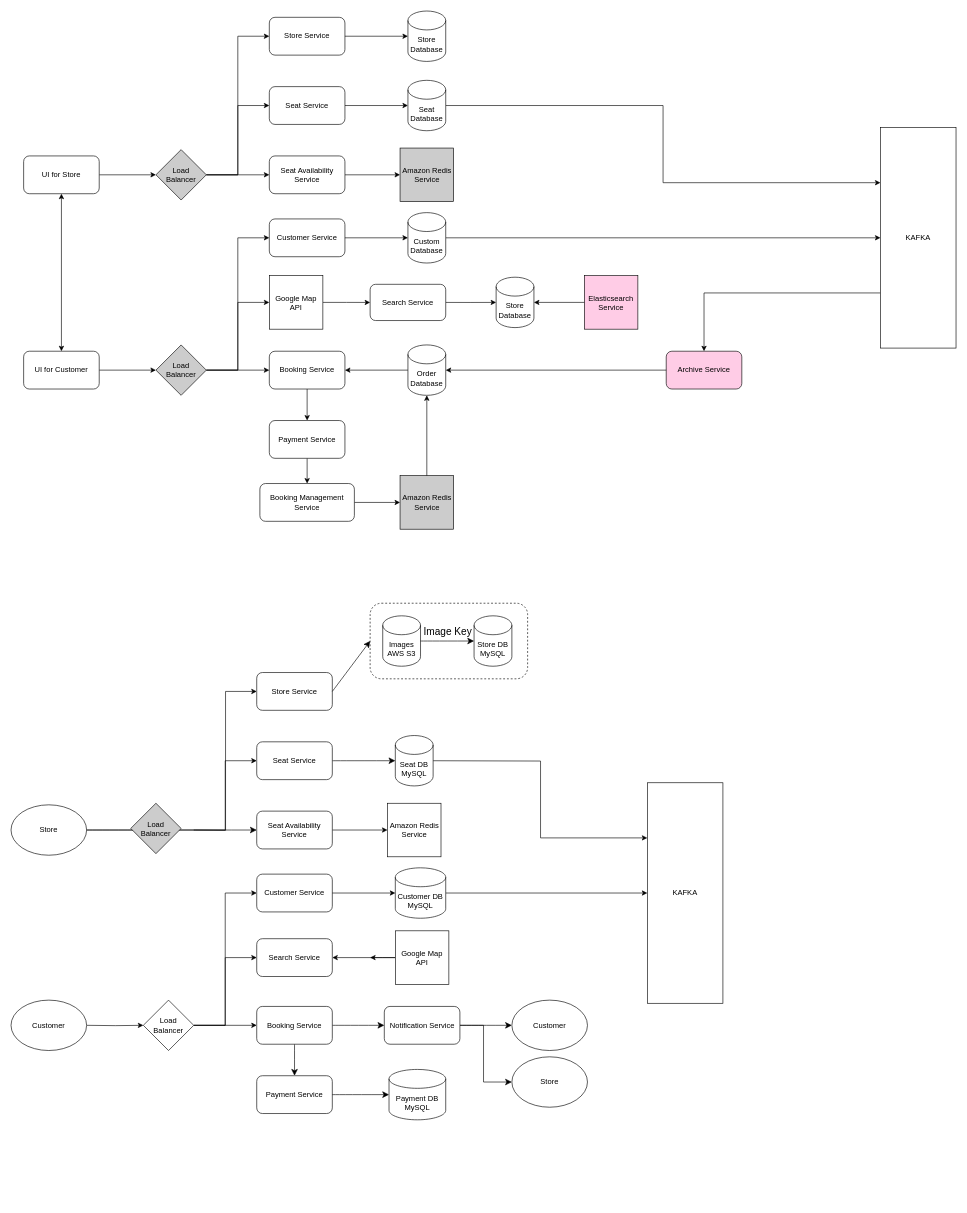
Above: Untitled Diagram.drawio in dodooodo/feplace (draw.io), before the change. Source tidied: cells renumbered, new cells numbered last; positions are measured from the earlier drawing's top-left corner, leaving out a move shared by most shapes. Both pictures are drawn from the tidied source at 63%, with x=0, y=0 at pixel (11, 11).
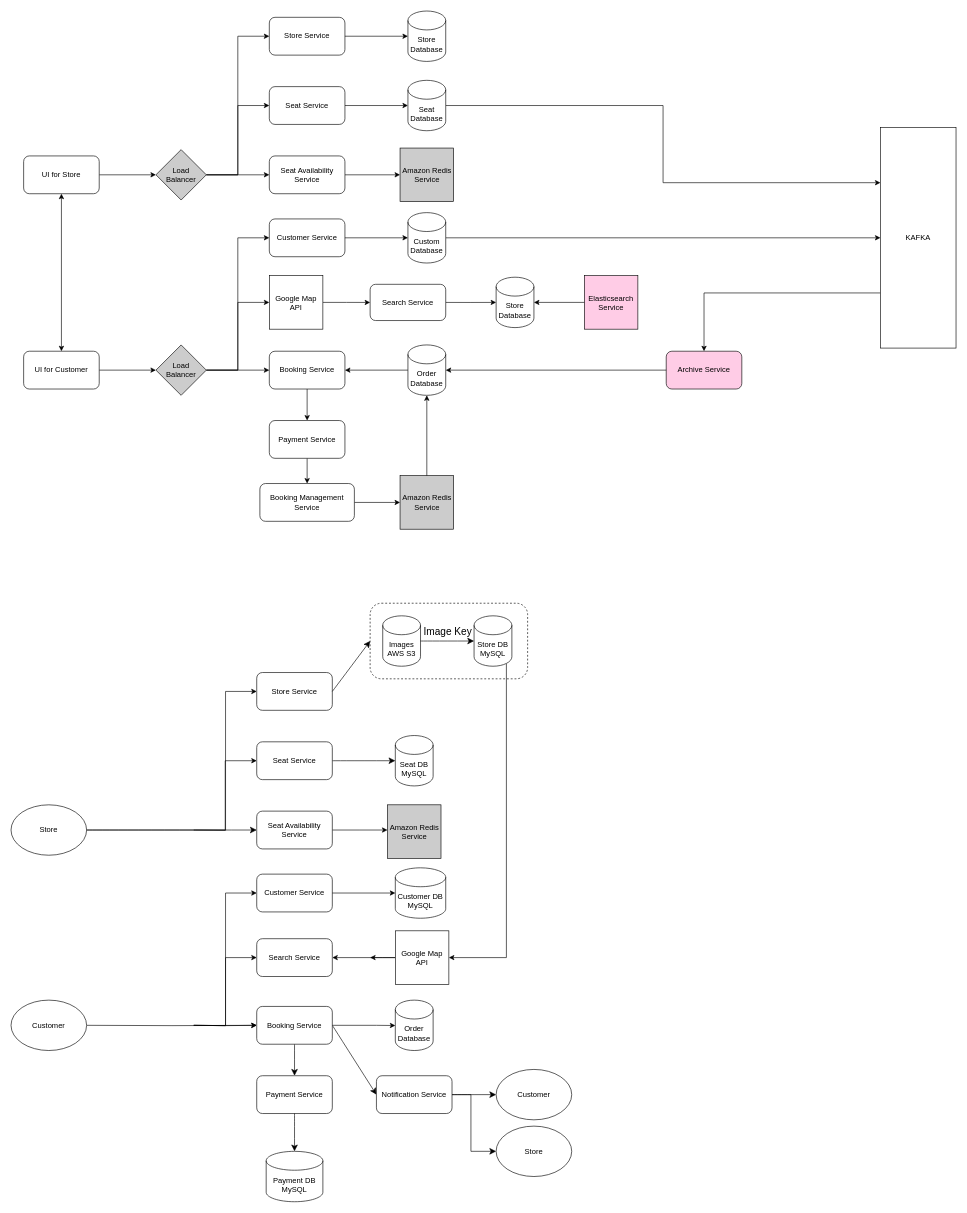
After the change.

Commit message:
feplace system design

The change refers to these unchanged cells:
```xml
<mxCell id="53" value="Seat Availability Service" style="rounded=1;whiteSpace=wrap;html=1;" parent="1" vertex="1">
  <mxGeometry x="390" y="1270" width="120" height="60" as="geometry" />
</mxCell>
<mxCell id="54" value="Search Service" style="rounded=1;whiteSpace=wrap;html=1;" parent="1" vertex="1">
  <mxGeometry x="390" y="1472.5" width="120" height="60" as="geometry" />
</mxCell>
<mxCell id="57" value="Booking Service" style="rounded=1;whiteSpace=wrap;html=1;" parent="1" vertex="1">
  <mxGeometry x="390" y="1580" width="120" height="60" as="geometry" />
</mxCell>
<mxCell id="58" value="Payment Service" style="rounded=1;whiteSpace=wrap;html=1;" parent="1" vertex="1">
  <mxGeometry x="390" y="1690" width="120" height="60" as="geometry" />
</mxCell>
<mxCell id="61" value="Google Map API" style="rounded=0;whiteSpace=wrap;html=1;" parent="1" vertex="1">
  <mxGeometry x="610" y="1460" width="85" height="85" as="geometry" />
</mxCell>
<mxCell id="62" value="Customer Service" style="rounded=1;whiteSpace=wrap;html=1;" parent="1" vertex="1">
  <mxGeometry x="390" y="1370" width="120" height="60" as="geometry" />
</mxCell>
<mxCell id="64" value="&lt;div&gt;Customer DB&lt;/div&gt;MySQL" style="shape=cylinder3;whiteSpace=wrap;html=1;boundedLbl=1;backgroundOutline=1;size=15;" parent="1" vertex="1">
  <mxGeometry x="610" y="1360" width="80" height="80" as="geometry" />
</mxCell>
<mxCell id="71" value="Store DB&lt;div&gt;MySQL&lt;/div&gt;" style="shape=cylinder3;whiteSpace=wrap;html=1;boundedLbl=1;backgroundOutline=1;size=15;" parent="1" vertex="1">
  <mxGeometry x="735" y="960" width="60" height="80" as="geometry" />
</mxCell>
```

What changed in the source:
```diff
@@
-    <mxCell id="44" style="edgeStyle=orthogonalEdgeStyle;rounded=0;jettySize=auto;html=1;exitX=1;exitY=0.5;exitDx=0;exitDy=0;entryX=0;entryY=0.5;entryDx=0;entryDy=0;" parent="1" edge="1" target="50">
+    <mxCell id="44" style="edgeStyle=orthogonalEdgeStyle;rounded=0;jettySize=auto;html=1;exitX=1;exitY=0.5;exitDx=0;exitDy=0;entryX=0;entryY=0.5;entryDx=0;entryDy=0;" parent="1" edge="1" target="57">
       <mxGeometry relative="1" as="geometry">
         <mxPoint x="120" y="1610" as="sourcePoint" />
       </mxGeometry>
     </mxCell>
@@
-    <mxCell id="47" style="edgeStyle=orthogonalEdgeStyle;rounded=0;jettySize=auto;html=1;exitX=1;exitY=0.5;exitDx=0;exitDy=0;entryX=0;entryY=0.5;entryDx=0;entryDy=0;" parent="1" edge="1" source="50" target="54">
-      <mxGeometry relative="1" as="geometry" />
+    <mxCell id="47" style="edgeStyle=orthogonalEdgeStyle;rounded=0;jettySize=auto;html=1;exitX=1;exitY=0.5;exitDx=0;exitDy=0;entryX=0;entryY=0.5;entryDx=0;entryDy=0;" parent="1" edge="1" target="54">
+      <mxGeometry relative="1" as="geometry">
+        <mxPoint x="290" y="1610" as="sourcePoint" />
+      </mxGeometry>
     </mxCell>
-    <mxCell id="48" style="edgeStyle=orthogonalEdgeStyle;rounded=0;jettySize=auto;html=1;exitX=1;exitY=0.5;exitDx=0;exitDy=0;entryX=0;entryY=0.5;entryDx=0;entryDy=0;" parent="1" edge="1" source="50" target="57">
-      <mxGeometry relative="1" as="geometry" />
+    <mxCell id="48" style="edgeStyle=orthogonalEdgeStyle;rounded=0;jettySize=auto;html=1;exitX=1;exitY=0.5;exitDx=0;exitDy=0;entryX=0;entryY=0.5;entryDx=0;entryDy=0;" parent="1" edge="1" target="57">
+      <mxGeometry relative="1" as="geometry">
+        <mxPoint x="290" y="1610" as="sourcePoint" />
+      </mxGeometry>
     </mxCell>
-    <mxCell id="49" style="edgeStyle=orthogonalEdgeStyle;rounded=0;jettySize=auto;html=1;exitX=1;exitY=0.5;exitDx=0;exitDy=0;entryX=0;entryY=0.5;entryDx=0;entryDy=0;" parent="1" edge="1" source="50" target="62">
-      <mxGeometry relative="1" as="geometry" />
+    <mxCell id="49" style="edgeStyle=orthogonalEdgeStyle;rounded=0;jettySize=auto;html=1;exitX=1;exitY=0.5;exitDx=0;exitDy=0;entryX=0;entryY=0.5;entryDx=0;entryDy=0;" parent="1" edge="1" target="62">
+      <mxGeometry relative="1" as="geometry">
+        <mxPoint x="290" y="1610" as="sourcePoint" />
+      </mxGeometry>
     </mxCell>
-    <mxCell id="50" value="Load&lt;div&gt;Balancer&lt;/div&gt;" style="rhombus;whiteSpace=wrap;html=1;" parent="1" vertex="1">
-      <mxGeometry x="210" y="1570" width="80" height="80" as="geometry" />
-    </mxCell>
@@
-    <mxCell id="52" style="edgeStyle=orthogonalEdgeStyle;rounded=0;jettySize=auto;html=1;exitX=1;exitY=0.5;exitDx=0;exitDy=0;" parent="1" edge="1" source="53" target="66">
-      <mxGeometry relative="1" as="geometry" />
+    <mxCell id="52" style="edgeStyle=orthogonalEdgeStyle;rounded=0;jettySize=auto;html=1;exitX=1;exitY=0.5;exitDx=0;exitDy=0;" parent="1" edge="1" source="53">
+      <mxGeometry relative="1" as="geometry">
+        <mxPoint x="597.5" y="1300" as="targetPoint" />
+      </mxGeometry>
     </mxCell>
@@
+    <mxCell id="95" style="edgeStyle=orthogonalEdgeStyle;rounded=0;jettySize=auto;html=1;exitX=1;exitY=0.5;exitDx=0;exitDy=0;" parent="1" edge="1" source="57">
+      <mxGeometry relative="1" as="geometry">
+        <mxPoint x="610" y="1610.3" as="targetPoint" />
+        <Array as="points">
+          <mxPoint x="580" y="1610" />
+          <mxPoint x="580" y="1610" />
+        </Array>
+      </mxGeometry>
+    </mxCell>
@@
-    <mxCell id="63" style="edgeStyle=orthogonalEdgeStyle;rounded=0;jettySize=auto;html=1;exitX=1;exitY=0.5;exitDx=0;exitDy=0;exitPerimeter=0;" parent="1" edge="1" source="64" target="67">
-      <mxGeometry relative="1" as="geometry" />
-    </mxCell>
@@
-    <mxCell id="66" value="Amazon Redis Service" style="rounded=0;whiteSpace=wrap;html=1;" parent="1" vertex="1">
-      <mxGeometry x="597.5" y="1257.5" width="85" height="85" as="geometry" />
-    </mxCell>
-    <mxCell id="67" value="KAFKA" style="rounded=0;whiteSpace=wrap;html=1;" parent="1" vertex="1">
-      <mxGeometry x="1010" y="1225" width="120" height="350" as="geometry" />
-    </mxCell>
@@
-    <mxCell id="70" style="edgeStyle=orthogonalEdgeStyle;rounded=0;jettySize=auto;html=1;exitX=1;exitY=0.5;exitDx=0;exitDy=0;exitPerimeter=0;entryX=0;entryY=0.25;entryDx=0;entryDy=0;" parent="1" edge="1" target="67">
-      <mxGeometry relative="1" as="geometry">
-        <mxPoint x="670" y="1190" as="sourcePoint" />
-      </mxGeometry>
-    </mxCell>
+    <mxCell id="96" style="edgeStyle=orthogonalEdgeStyle;rounded=0;jettySize=auto;html=1;exitX=0.855;exitY=1;exitDx=0;exitDy=-4.35;exitPerimeter=0;entryX=1;entryY=0.5;entryDx=0;entryDy=0;" parent="1" edge="1" source="71" target="61">
+      <mxGeometry relative="1" as="geometry">
+        <Array as="points">
+          <mxPoint x="786" y="1502" />
+        </Array>
+      </mxGeometry>
+    </mxCell>
@@
-    <mxCell id="81" value="Load&lt;div&gt;Balancer&lt;/div&gt;" style="rhombus;whiteSpace=wrap;html=1;fillColor=#CCCCCC;" parent="1" vertex="1">
-      <mxGeometry x="190" y="1257.5" width="80" height="80" as="geometry" />
-    </mxCell>
@@
     <mxCell id="83" value="&lt;div&gt;Payment DB&lt;/div&gt;MySQL" style="shape=cylinder3;whiteSpace=wrap;html=1;boundedLbl=1;backgroundOutline=1;size=15;" parent="1" vertex="1">
-      <mxGeometry x="600" y="1680" width="90" height="80" as="geometry" />
+      <mxGeometry x="405" y="1810" width="90" height="80" as="geometry" />
     </mxCell>
@@
-    <mxCell id="85" style="edgeStyle=none;curved=1;rounded=0;jettySize=auto;html=1;entryX=0;entryY=0.5;entryDx=0;entryDy=0;entryPerimeter=0;fontSize=12;startSize=8;endSize=8;" parent="1" edge="1" source="58" target="83">
+    <mxCell id="85" style="edgeStyle=none;curved=1;rounded=0;jettySize=auto;html=1;entryX=0.5;entryY=0;entryDx=0;entryDy=0;entryPerimeter=0;fontSize=12;startSize=8;endSize=8;" parent="1" edge="1" source="58" target="83">
       <mxGeometry relative="1" as="geometry" />
     </mxCell>
@@
     <mxCell id="89" style="edgeStyle=none;curved=0;rounded=0;jettySize=auto;html=1;exitX=1;exitY=0.5;exitDx=0;exitDy=0;entryX=0;entryY=0.5;entryDx=0;entryDy=0;fontSize=12;startSize=8;endSize=8;" parent="1" edge="1" source="90" target="94">
       <mxGeometry relative="1" as="geometry">
         <Array as="points">
-          <mxPoint x="750" y="1610" />
-          <mxPoint x="750" y="1700" />
+          <mxPoint x="730" y="1720" />
+          <mxPoint x="730" y="1810" />
         </Array>
       </mxGeometry>
     </mxCell>
     <mxCell id="90" value="Notification Service" style="rounded=1;whiteSpace=wrap;html=1;" parent="1" vertex="1">
-      <mxGeometry x="592.5" y="1580" width="120" height="60" as="geometry" />
+      <mxGeometry x="580" y="1690" width="120" height="60" as="geometry" />
     </mxCell>
@@
     <mxCell id="93" value="Customer" style="ellipse;whiteSpace=wrap;html=1;" parent="1" vertex="1">
-      <mxGeometry x="795" y="1570" width="120" height="80" as="geometry" />
+      <mxGeometry x="770" y="1680" width="120" height="80" as="geometry" />
     </mxCell>
     <mxCell id="94" value="Store" style="ellipse;whiteSpace=wrap;html=1;" parent="1" vertex="1">
-      <mxGeometry x="795" y="1660" width="120" height="80" as="geometry" />
+      <mxGeometry x="770" y="1770" width="120" height="80" as="geometry" />
     </mxCell>
+    <mxCell id="97" value="Order Database" style="shape=cylinder3;whiteSpace=wrap;html=1;boundedLbl=1;backgroundOutline=1;size=15;" parent="1" vertex="1">
+      <mxGeometry x="610" y="1570" width="60" height="80" as="geometry" />
+    </mxCell>
+    <mxCell id="66" value="Amazon Redis Service" style="rounded=0;whiteSpace=wrap;html=1;fillColor=#CCCCCC;" parent="1" vertex="1">
+      <mxGeometry x="597.5" y="1260" width="85" height="85" as="geometry" />
+    </mxCell>
```
